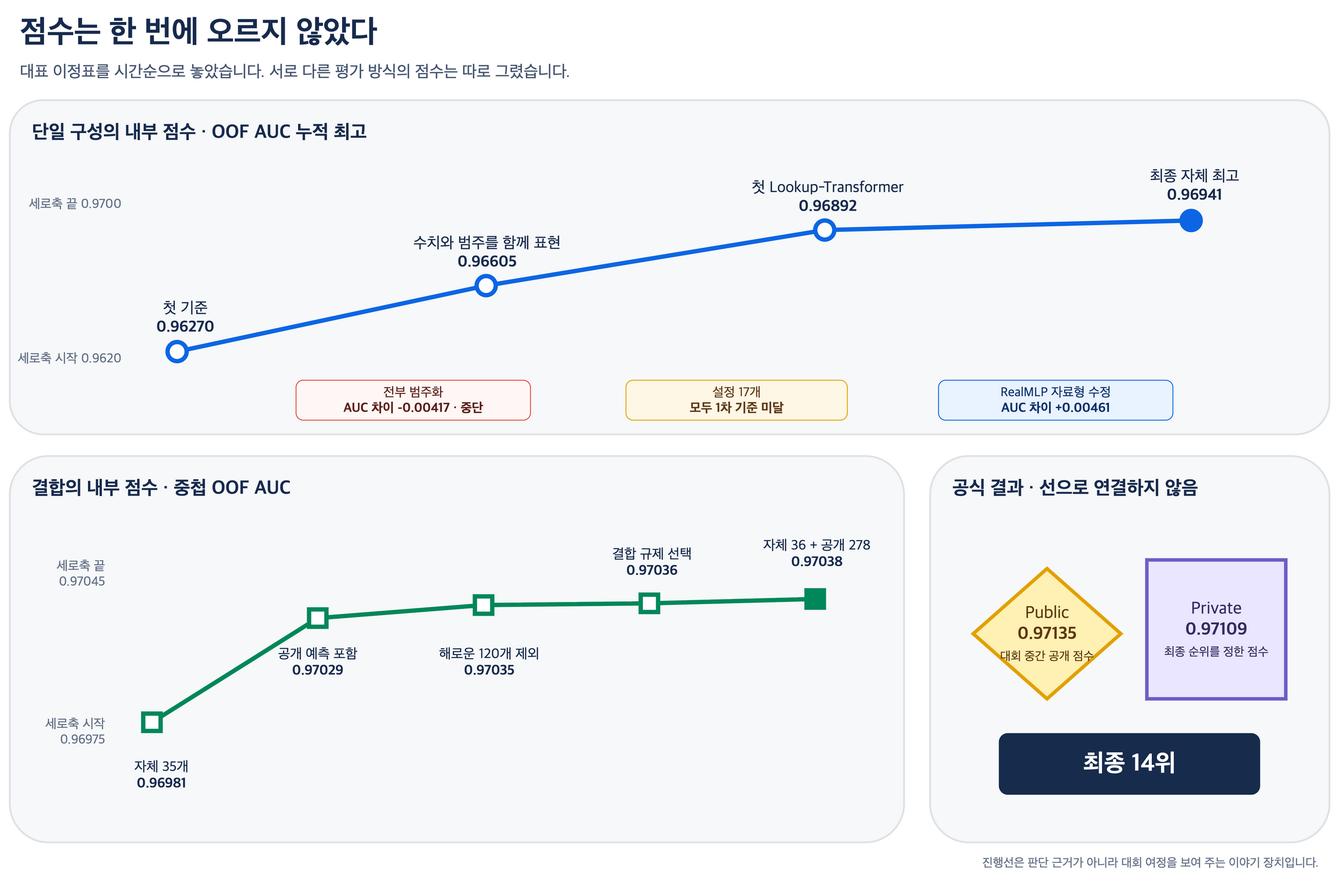
This is docs/prototypes/issue603-assets/score-progression.drawio.png from tmheo/predicting-smartphone-addiction, a draw.io export, as it was before one commit. Source tidied: cells renumbered, new cells last; positions are measured from the earlier drawing's top-left corner, leaving out a move shared by most shapes.
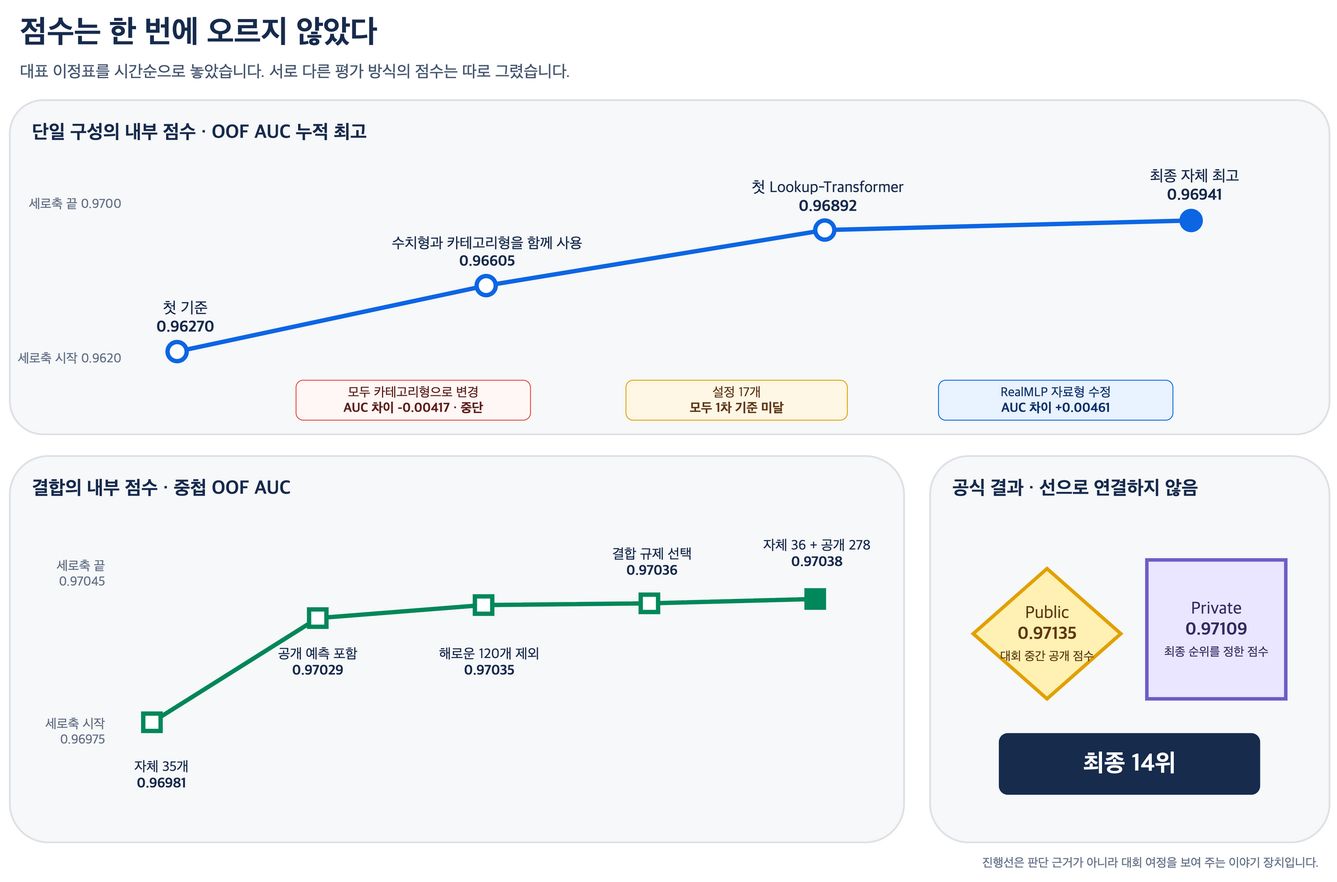
The same file after the commit.

What changed in the source:
```diff
@@ -47,8 +47,8 @@
     <mxCell id="16" value="첫 기준&lt;br&gt;&lt;b&gt;0.96270&lt;/b&gt;" style="text;html=1;align=center;verticalAlign=middle;whiteSpace=wrap;fontFamily=Apple SD Gothic Neo;fontSize=18;fontColor=#172B4D;" parent="1" vertex="1">
       <mxGeometry x="135" y="328" width="135" height="55" as="geometry" />
     </mxCell>
-    <mxCell id="17" value="수치와 범주를 함께 표현&lt;br&gt;&lt;b&gt;0.96605&lt;/b&gt;" style="text;html=1;align=center;verticalAlign=middle;whiteSpace=wrap;fontFamily=Apple SD Gothic Neo;fontSize=18;fontColor=#172B4D;" parent="1" vertex="1">
-      <mxGeometry x="450" y="252" width="200" height="58" as="geometry" />
+    <mxCell id="17" value="수치형과 카테고리형을 함께 사용&lt;br&gt;&lt;b&gt;0.96605&lt;/b&gt;" style="text;html=1;align=center;verticalAlign=middle;whiteSpace=wrap;fontFamily=Apple SD Gothic Neo;fontSize=17;fontColor=#172B4D;" parent="1" vertex="1">
+      <mxGeometry x="425" y="252" width="250" height="58" as="geometry" />
     </mxCell>
     <mxCell id="18" value="첫 Lookup-Transformer&lt;br&gt;&lt;b&gt;0.96892&lt;/b&gt;" style="text;html=1;align=center;verticalAlign=middle;whiteSpace=wrap;fontFamily=Apple SD Gothic Neo;fontSize=18;fontColor=#172B4D;" parent="1" vertex="1">
       <mxGeometry x="840" y="188" width="205" height="58" as="geometry" />
@@ -56,7 +56,7 @@
     <mxCell id="19" value="최종 자체 최고&lt;br&gt;&lt;b&gt;0.96941&lt;/b&gt;" style="text;html=1;align=center;verticalAlign=middle;whiteSpace=wrap;fontFamily=Apple SD Gothic Neo;fontSize=18;fontColor=#172B4D;" parent="1" vertex="1">
       <mxGeometry x="1285" y="175" width="160" height="58" as="geometry" />
     </mxCell>
-    <mxCell id="20" value="전부 범주화&lt;br&gt;&lt;b&gt;AUC 차이 -0.00417 · 중단&lt;/b&gt;" style="rounded=1;whiteSpace=wrap;html=1;arcSize=18;fillColor=#FFF7F5;strokeColor=#E2483D;fontFamily=Apple SD Gothic Neo;fontSize=15;fontColor=#5D1F1A;" parent="1" vertex="1">
+    <mxCell id="20" value="모두 카테고리형으로 변경&lt;br&gt;&lt;b&gt;AUC 차이 -0.00417 · 중단&lt;/b&gt;" style="rounded=1;whiteSpace=wrap;html=1;arcSize=18;fillColor=#FFF7F5;strokeColor=#E2483D;fontFamily=Apple SD Gothic Neo;fontSize=15;fontColor=#5D1F1A;" parent="1" vertex="1">
       <mxGeometry x="330" y="428" width="270" height="46" as="geometry" />
     </mxCell>
     <mxCell id="21" value="설정 17개&lt;br&gt;&lt;b&gt;모두 1차 기준 미달&lt;/b&gt;" style="rounded=1;whiteSpace=wrap;html=1;arcSize=18;fillColor=#FFF7E6;strokeColor=#E2A100;fontFamily=Apple SD Gothic Neo;fontSize=15;fontColor=#5F3811;" parent="1" vertex="1">
```
